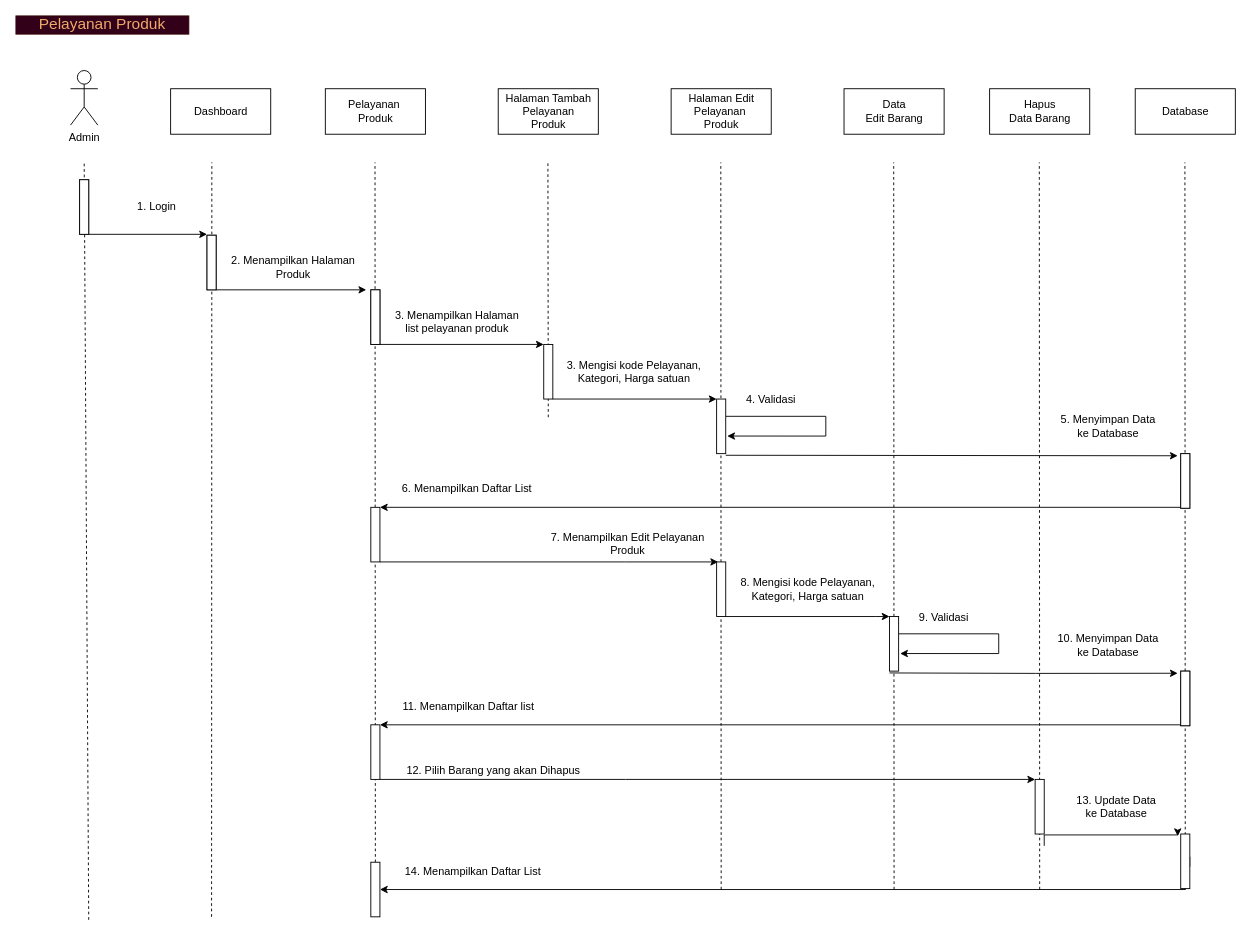
Above: page "Sqc Pelayanan produk" (7 of 22) of draw.io/Proyek-3.drawio in Tugas-Proyek-Polindra/proyek-3 (draw.io), before the change. Source tidied: cells renumbered, new cells numbered last; positions are measured from the earlier drawing's top-left corner, leaving out a move shared by most shapes. Both pictures are drawn from the tidied source at 91%, with x=0, y=0 at pixel (15, 15).
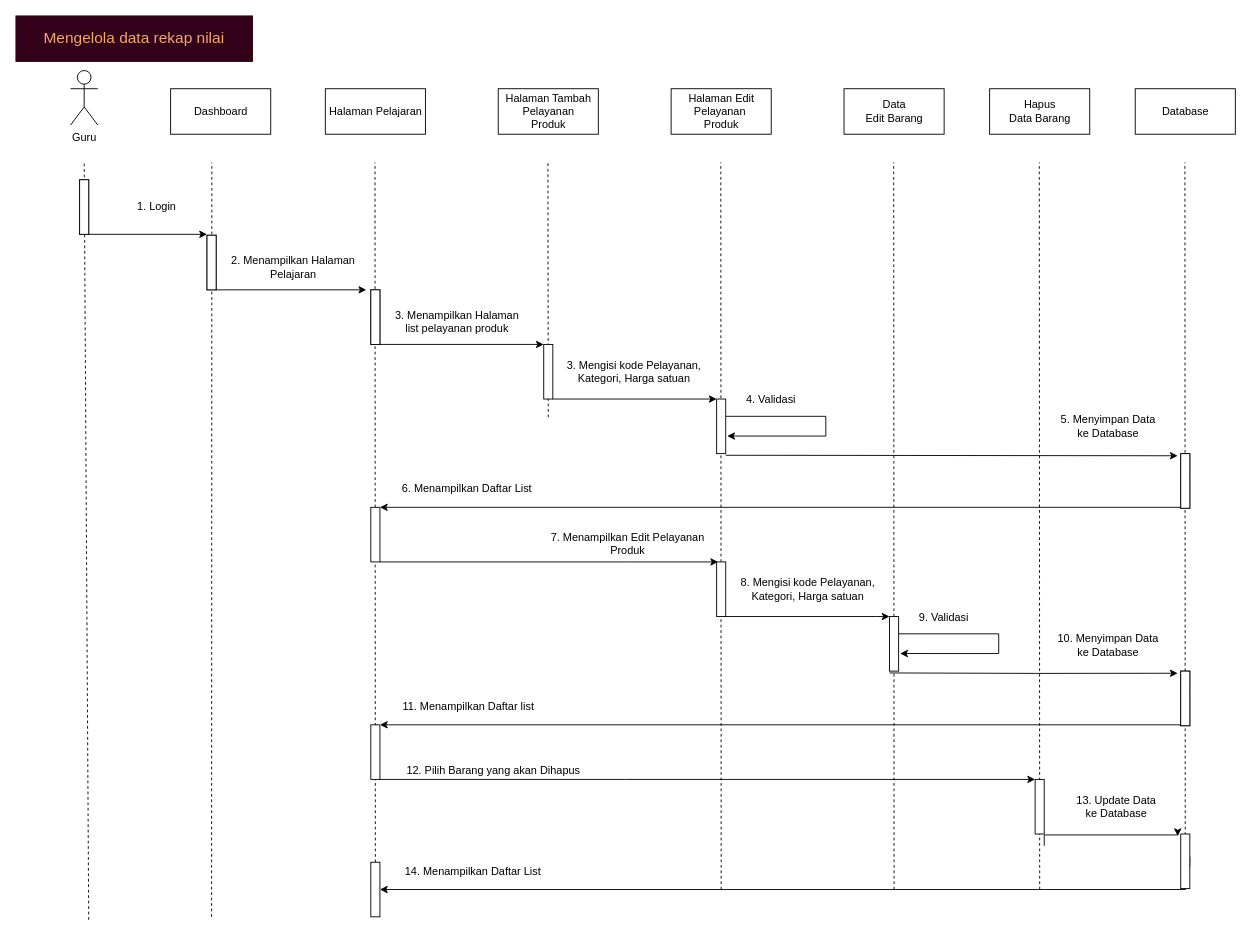
After the change.

Change to the diagram source:
```diff
@@
-    <mxCell id="5" value="Pelayanan&amp;nbsp;&lt;br&gt;Produk" style="html=1;" parent="1" vertex="1">
+    <mxCell id="5" value="Halaman Pelajaran" style="html=1;" parent="1" vertex="1">
       <mxGeometry x="340" y="80" width="110" height="50" as="geometry" />
     </mxCell>
@@
-    <mxCell id="8" value="Admin" style="shape=umlActor;verticalLabelPosition=bottom;verticalAlign=top;html=1;" parent="1" vertex="1">
+    <mxCell id="8" value="Guru" style="shape=umlActor;verticalLabelPosition=bottom;verticalAlign=top;html=1;" parent="1" vertex="1">
       <mxGeometry x="60" y="60" width="30" height="60" as="geometry" />
     </mxCell>
@@
-    <mxCell id="14" value="2. Menampilkan Halaman Produk" style="text;html=1;strokeColor=none;fillColor=none;align=center;verticalAlign=middle;whiteSpace=wrap;rounded=0;" parent="1" vertex="1">
+    <mxCell id="14" value="2. Menampilkan Halaman Pelajaran" style="text;html=1;strokeColor=none;fillColor=none;align=center;verticalAlign=middle;whiteSpace=wrap;rounded=0;" parent="1" vertex="1">
       <mxGeometry x="230" y="260" width="150" height="31" as="geometry" />
     </mxCell>
@@
-    <mxCell id="67" value="&lt;font color=&quot;#f0aa69&quot;&gt;&lt;span style=&quot;font-size: 17px&quot;&gt;Pelayanan Produk&lt;/span&gt;&lt;/font&gt;" style="text;html=1;align=center;verticalAlign=middle;whiteSpace=wrap;rounded=0;fontColor=#333333;strokeColor=#330000;fillColor=#33001A;" parent="1" vertex="1">
-      <mxGeometry width="190" height="20" as="geometry" />
+    <mxCell id="67" value="&lt;font color=&quot;#f0aa69&quot;&gt;&lt;span style=&quot;font-size: 17px&quot;&gt;Mengelola data rekap nilai&lt;/span&gt;&lt;/font&gt;" style="text;html=1;align=center;verticalAlign=middle;whiteSpace=wrap;rounded=0;fontColor=#333333;strokeColor=#330000;fillColor=#33001A;" parent="1" vertex="1">
+      <mxGeometry width="260" height="50" as="geometry" />
     </mxCell>
```
